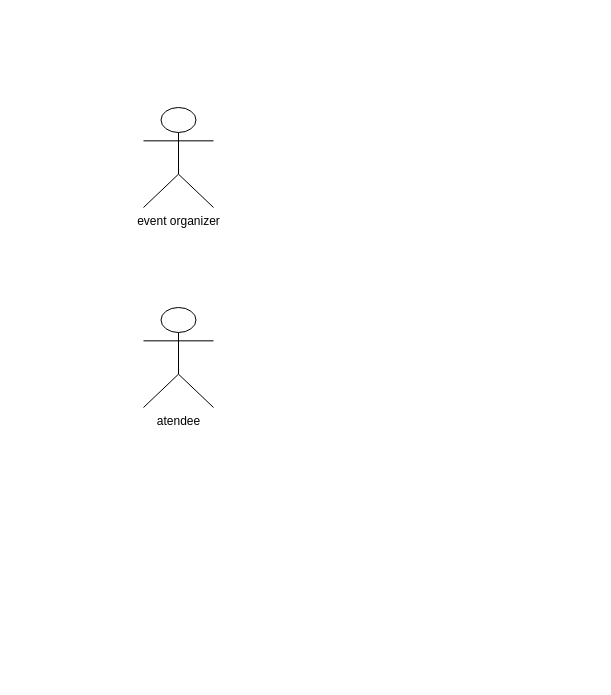
Earlier version of the draw.io diagram Untitled Diagram.drawio (Xhourstoprogram/WADS-Assignment2). Source tidied: cells renumbered, new cells numbered last; positions are measured from the earlier drawing's top-left corner, leaving out a move shared by most shapes. Both pictures are drawn from the tidied source at 100%, with x=0, y=0 at pixel (143, 107).
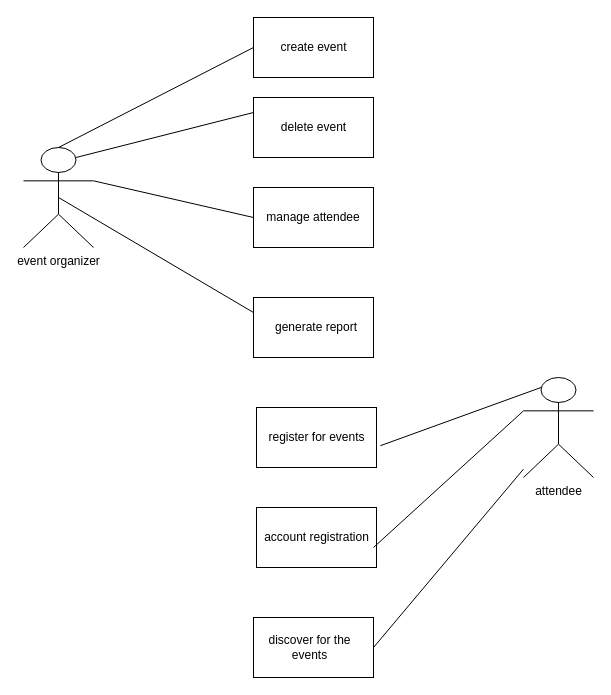
Above is the later version.

The edit, as a diff of the source:
```diff
@@
-    <mxCell id="2" value="atendee" style="shape=umlActor;verticalLabelPosition=bottom;verticalAlign=top;html=1;outlineConnect=0;" parent="1" vertex="1">
-      <mxGeometry y="200" width="70" height="100" as="geometry" />
+    <mxCell id="2" value="attendee" style="shape=umlActor;verticalLabelPosition=bottom;verticalAlign=top;html=1;outlineConnect=0;" parent="1" vertex="1">
+      <mxGeometry x="380" y="270" width="70" height="100" as="geometry" />
     </mxCell>
     <mxCell id="3" value="event organizer" style="shape=umlActor;verticalLabelPosition=bottom;verticalAlign=top;html=1;outlineConnect=0;" parent="1" vertex="1">
-      <mxGeometry width="70" height="100" as="geometry" />
+      <mxGeometry x="-120" y="40" width="70" height="100" as="geometry" />
     </mxCell>
+    <mxCell id="4" style="edgeStyle=orthogonalEdgeStyle;rounded=0;orthogonalLoop=1;jettySize=auto;html=1;exitX=0.5;exitY=1;exitDx=0;exitDy=0;" parent="1" edge="1">
+      <mxGeometry relative="1" as="geometry">
+        <mxPoint x="230" y="17.5" as="sourcePoint" />
+        <mxPoint x="230" y="17.5" as="targetPoint" />
+      </mxGeometry>
+    </mxCell>
+    <mxCell id="5" style="rounded=0;whiteSpace=wrap;html=1;" parent="1" vertex="1">
+      <mxGeometry x="110" y="-10" width="120" height="60" as="geometry" />
+    </mxCell>
+    <mxCell id="6" value="delete event" style="text;html=1;align=center;verticalAlign=middle;whiteSpace=wrap;rounded=0;" parent="1" vertex="1">
+      <mxGeometry x="117.5" y="5" width="105" height="30" as="geometry" />
+    </mxCell>
+    <mxCell id="7" style="rounded=0;whiteSpace=wrap;html=1;" parent="1" vertex="1">
+      <mxGeometry x="110" y="-90" width="120" height="60" as="geometry" />
+    </mxCell>
+    <mxCell id="8" value="create event" style="text;html=1;align=center;verticalAlign=middle;whiteSpace=wrap;rounded=0;" parent="1" vertex="1">
+      <mxGeometry x="122.5" y="-75" width="95" height="30" as="geometry" />
+    </mxCell>
+    <mxCell id="9" style="endArrow=none;html=1;rounded=0;entryX=0;entryY=0.25;entryDx=0;entryDy=0;exitX=0.75;exitY=0.1;exitDx=0;exitDy=0;exitPerimeter=0;" parent="1" edge="1" source="3" target="5">
+      <mxGeometry relative="1" as="geometry" />
+    </mxCell>
+    <mxCell id="10" style="endArrow=none;html=1;rounded=0;entryX=0;entryY=0.5;entryDx=0;entryDy=0;exitX=0.5;exitY=0;exitDx=0;exitDy=0;exitPerimeter=0;" parent="1" edge="1" source="3" target="7">
+      <mxGeometry relative="1" as="geometry" />
+    </mxCell>
+    <mxCell id="11" style="rounded=0;whiteSpace=wrap;html=1;" parent="1" vertex="1">
+      <mxGeometry x="110" y="80" width="120" height="60" as="geometry" />
+    </mxCell>
+    <mxCell id="12" value="manage attendee" style="text;html=1;align=center;verticalAlign=middle;whiteSpace=wrap;rounded=0;" parent="1" vertex="1">
+      <mxGeometry x="115" y="95" width="110" height="30" as="geometry" />
+    </mxCell>
+    <mxCell id="13" style="endArrow=none;html=1;rounded=0;entryX=0;entryY=0.5;entryDx=0;entryDy=0;exitX=1;exitY=0.3333333333333333;exitDx=0;exitDy=0;exitPerimeter=0;" parent="1" edge="1" source="3" target="11">
+      <mxGeometry relative="1" as="geometry" />
+    </mxCell>
+    <mxCell id="14" style="rounded=0;whiteSpace=wrap;html=1;" parent="1" vertex="1">
+      <mxGeometry x="110" y="190" width="120" height="60" as="geometry" />
+    </mxCell>
+    <mxCell id="15" value="generate report" style="text;html=1;align=center;verticalAlign=middle;whiteSpace=wrap;rounded=0;" parent="1" vertex="1">
+      <mxGeometry x="127.5" y="205" width="90" height="30" as="geometry" />
+    </mxCell>
+    <mxCell id="16" style="endArrow=none;html=1;rounded=0;entryX=0;entryY=0.25;entryDx=0;entryDy=0;exitX=0.5;exitY=0.5;exitDx=0;exitDy=0;exitPerimeter=0;" parent="1" edge="1" source="3" target="14">
+      <mxGeometry relative="1" as="geometry" />
+    </mxCell>
+    <mxCell id="17" style="rounded=0;whiteSpace=wrap;html=1;" parent="1" vertex="1">
+      <mxGeometry x="113" y="300" width="120" height="60" as="geometry" />
+    </mxCell>
+    <mxCell id="18" value="register for events" style="text;html=1;align=center;verticalAlign=middle;whiteSpace=wrap;rounded=0;" parent="1" vertex="1">
+      <mxGeometry x="119.5" y="315" width="107" height="30" as="geometry" />
+    </mxCell>
+    <mxCell id="19" style="endArrow=none;html=1;rounded=0;entryX=0.25;entryY=0.1;entryDx=0;entryDy=0;entryPerimeter=0;exitX=1.032;exitY=0.637;exitDx=0;exitDy=0;exitPerimeter=0;" parent="1" edge="1" source="17" target="2">
+      <mxGeometry relative="1" as="geometry" />
+    </mxCell>
+    <mxCell id="20" style="rounded=0;whiteSpace=wrap;html=1;" parent="1" vertex="1">
+      <mxGeometry x="113" y="400" width="120" height="60" as="geometry" />
+    </mxCell>
+    <mxCell id="21" value="account registration" style="text;html=1;align=center;verticalAlign=middle;whiteSpace=wrap;rounded=0;" parent="1" vertex="1">
+      <mxGeometry x="104.5" y="415" width="137" height="30" as="geometry" />
+    </mxCell>
+    <mxCell id="22" style="endArrow=none;html=1;rounded=0;entryX=0;entryY=0.3333333333333333;entryDx=0;entryDy=0;entryPerimeter=0;" parent="1" edge="1" target="2">
+      <mxGeometry relative="1" as="geometry">
+        <mxPoint x="230" y="440" as="sourcePoint" />
+      </mxGeometry>
+    </mxCell>
+    <mxCell id="23" style="rounded=0;whiteSpace=wrap;html=1;" parent="1" vertex="1">
+      <mxGeometry x="110" y="510" width="120" height="60" as="geometry" />
+    </mxCell>
+    <mxCell id="24" value="discover for the events" style="text;html=1;align=center;verticalAlign=middle;whiteSpace=wrap;rounded=0;" parent="1" vertex="1">
+      <mxGeometry x="110" y="525" width="112.5" height="30" as="geometry" />
+    </mxCell>
+    <mxCell id="25" style="endArrow=none;html=1;rounded=0;" parent="1" edge="1" target="2">
+      <mxGeometry relative="1" as="geometry">
+        <mxPoint x="230" y="540" as="sourcePoint" />
+      </mxGeometry>
+    </mxCell>
```
